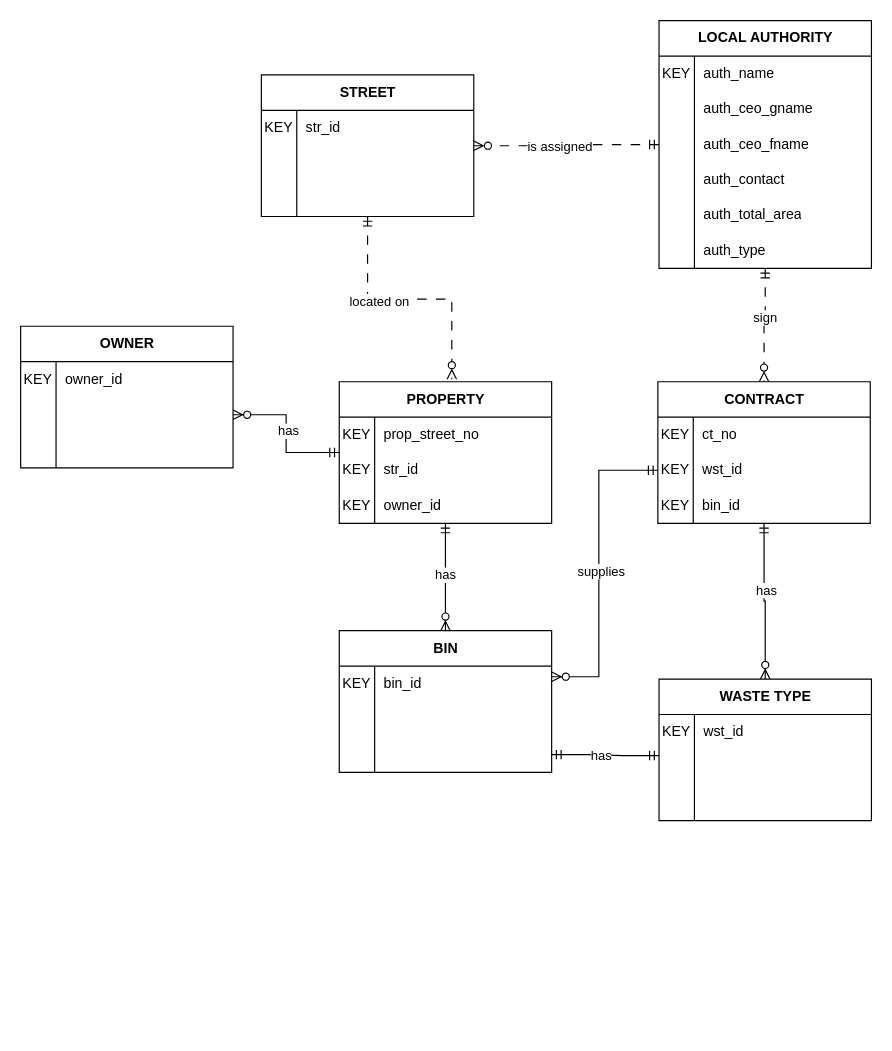
This is page "Non-key attributes" (3 of 3) of Assignments/Ass1/ca_conceptual.drawio from aanv0002/bigrig-movers-sql-database, a draw.io file, before an edit. Source tidied: cells renumbered, new cells numbered last; positions are measured from the earlier drawing's top-left corner, leaving out a move shared by most shapes. Both pictures are drawn from the tidied source at 118%, with x=0, y=0 at pixel (20, 20).
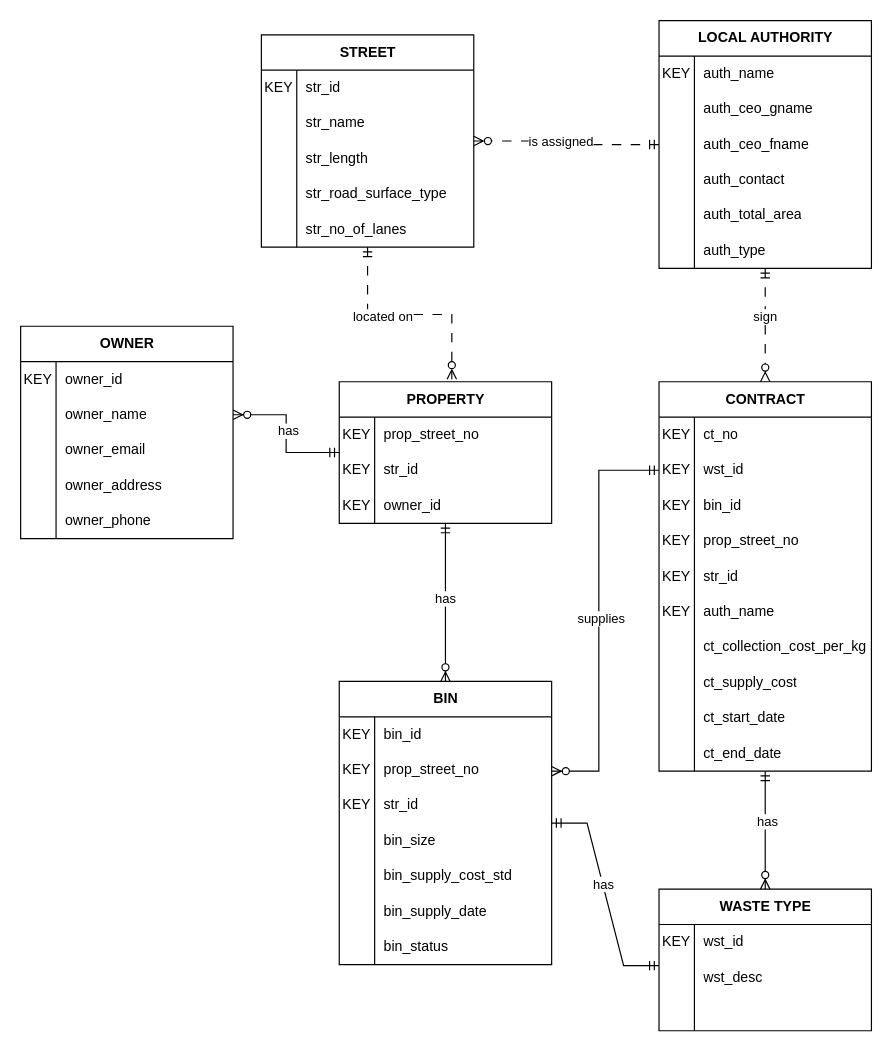
The same page after the edit.

Commit message (it also covers changes not shown here):
Commit: added key attributes property street no and street id to BIN entity and added all non-key attributes to complete the diagram

The change refers to these unchanged cells:
```xml
<mxCell id="35" style="shape=tableRow;horizontal=0;startSize=0;swimlaneHead=0;swimlaneBody=0;fillColor=none;points=[[0,0.5],[1,0.5]];portConstraint=eastwest;top=0;left=0;right=0;bottom=0;" parent="31" vertex="1">
  <mxGeometry y="60" width="180" height="30" as="geometry" />
</mxCell>
<mxCell id="38" style="shape=tableRow;horizontal=0;startSize=0;swimlaneHead=0;swimlaneBody=0;fillColor=none;top=0;left=0;right=0;bottom=0;" parent="31" vertex="1">
  <mxGeometry y="90" width="180" height="30" as="geometry" />
</mxCell>
<mxCell id="55" style="shape=tableRow;horizontal=0;startSize=0;swimlaneHead=0;swimlaneBody=0;fillColor=none;points=[[0,0.5],[1,0.5]];portConstraint=eastwest;top=0;left=0;right=0;bottom=0;" parent="51" vertex="1">
  <mxGeometry y="60" width="180" height="30" as="geometry" />
</mxCell>
<mxCell id="58" style="shape=tableRow;horizontal=0;startSize=0;swimlaneHead=0;swimlaneBody=0;fillColor=none;points=[[0,0.5],[1,0.5]];portConstraint=eastwest;top=0;left=0;right=0;bottom=0;" parent="51" vertex="1">
  <mxGeometry y="90" width="180" height="30" as="geometry" />
</mxCell>
<mxCell id="65" style="shape=tableRow;horizontal=0;startSize=0;swimlaneHead=0;swimlaneBody=0;fillColor=none;points=[[0,0.5],[1,0.5]];portConstraint=eastwest;top=0;left=0;right=0;bottom=0;" parent="61" vertex="1">
  <mxGeometry y="60" width="180" height="30" as="geometry" />
</mxCell>
<mxCell id="75" style="shape=tableRow;horizontal=0;startSize=0;swimlaneHead=0;swimlaneBody=0;fillColor=none;points=[[0,0.5],[1,0.5]];portConstraint=eastwest;top=0;left=0;right=0;bottom=0;" parent="71" vertex="1">
  <mxGeometry y="60" width="180" height="30" as="geometry" />
</mxCell>
```

Change to the diagram source:
```diff
@@
     <mxCell id="31" value="OWNER" style="shape=table;startSize=30;childLayout=tableLayout;rowLines=0;fontStyle=1;align=center;html=1;" parent="1" vertex="1">
-      <mxGeometry y="259" width="180" height="120" as="geometry" />
+      <mxGeometry y="259" width="180" height="180" as="geometry" />
     </mxCell>
@@
-    <mxCell id="37" style="shape=partialRectangle;fillColor=none;top=0;left=0;bottom=0;right=0;align=left;spacingLeft=6;overflow=hidden;whiteSpace=wrap;html=1;" parent="35" vertex="1">
+    <mxCell id="37" value="owner_name" style="shape=partialRectangle;fillColor=none;top=0;left=0;bottom=0;right=0;align=left;spacingLeft=6;overflow=hidden;whiteSpace=wrap;html=1;" parent="35" vertex="1">
       <mxGeometry x="30" width="150" height="30" as="geometry" />
     </mxCell>
@@
-    <mxCell id="40" style="shape=partialRectangle;fillColor=none;top=0;left=0;bottom=0;right=0;align=left;spacingLeft=6;overflow=hidden;whiteSpace=wrap;html=1;" parent="38" vertex="1">
+    <mxCell id="40" value="owner_email" style="shape=partialRectangle;fillColor=none;top=0;left=0;bottom=0;right=0;align=left;spacingLeft=6;overflow=hidden;whiteSpace=wrap;html=1;" parent="38" vertex="1">
       <mxGeometry x="30" width="150" height="30" as="geometry" />
     </mxCell>
+    <mxCell id="97" style="shape=tableRow;horizontal=0;startSize=0;swimlaneHead=0;swimlaneBody=0;fillColor=none;top=0;left=0;right=0;bottom=0;" parent="31" vertex="1">
+      <mxGeometry y="120" width="180" height="30" as="geometry" />
+    </mxCell>
+    <mxCell id="98" style="shape=partialRectangle;fillColor=none;top=0;left=0;bottom=0;right=0;overflow=hidden;whiteSpace=wrap;html=1;" parent="97" vertex="1">
+      <mxGeometry width="30" height="30" as="geometry" />
+    </mxCell>
+    <mxCell id="99" value="owner_address" style="shape=partialRectangle;fillColor=none;top=0;left=0;bottom=0;right=0;align=left;spacingLeft=6;overflow=hidden;whiteSpace=wrap;html=1;" parent="97" vertex="1">
+      <mxGeometry x="30" width="150" height="30" as="geometry" />
+    </mxCell>
+    <mxCell id="100" style="shape=tableRow;horizontal=0;startSize=0;swimlaneHead=0;swimlaneBody=0;fillColor=none;top=0;left=0;right=0;bottom=0;" parent="31" vertex="1">
+      <mxGeometry y="150" width="180" height="30" as="geometry" />
+    </mxCell>
+    <mxCell id="101" style="shape=partialRectangle;fillColor=none;top=0;left=0;bottom=0;right=0;overflow=hidden;whiteSpace=wrap;html=1;" parent="100" vertex="1">
+      <mxGeometry width="30" height="30" as="geometry" />
+    </mxCell>
+    <mxCell id="102" value="owner_phone" style="shape=partialRectangle;fillColor=none;top=0;left=0;bottom=0;right=0;align=left;spacingLeft=6;overflow=hidden;whiteSpace=wrap;html=1;" parent="100" vertex="1">
+      <mxGeometry x="30" width="150" height="30" as="geometry" />
+    </mxCell>
     <mxCell id="41" value="STREET" style="shape=table;startSize=30;childLayout=tableLayout;rowLines=0;fontStyle=1;align=center;html=1;" parent="1" vertex="1">
-      <mxGeometry x="204" y="46" width="180" height="120" as="geometry" />
+      <mxGeometry x="204" y="12" width="180" height="180" as="geometry" />
     </mxCell>
@@
-    <mxCell id="45" style="shape=tableRow;horizontal=0;startSize=0;swimlaneHead=0;swimlaneBody=0;fillColor=none;top=0;left=0;right=0;bottom=0;" parent="41" vertex="1">
-      <mxGeometry y="60" width="180" height="30" as="geometry" />
-    </mxCell>
-    <mxCell id="46" style="shape=partialRectangle;fillColor=none;top=0;left=0;bottom=0;right=0;overflow=hidden;whiteSpace=wrap;html=1;" parent="45" vertex="1">
-      <mxGeometry width="30" height="30" as="geometry" />
-    </mxCell>
-    <mxCell id="47" style="shape=partialRectangle;fillColor=none;top=0;left=0;bottom=0;right=0;align=left;spacingLeft=6;overflow=hidden;whiteSpace=wrap;html=1;" parent="45" vertex="1">
-      <mxGeometry x="30" width="150" height="30" as="geometry" />
-    </mxCell>
     <mxCell id="48" style="shape=tableRow;horizontal=0;startSize=0;swimlaneHead=0;swimlaneBody=0;fillColor=none;top=0;left=0;right=0;bottom=0;" parent="41" vertex="1">
-      <mxGeometry y="90" width="180" height="30" as="geometry" />
+      <mxGeometry y="60" width="180" height="30" as="geometry" />
     </mxCell>
@@
-    <mxCell id="50" style="shape=partialRectangle;fillColor=none;top=0;left=0;bottom=0;right=0;align=left;spacingLeft=6;overflow=hidden;whiteSpace=wrap;html=1;" parent="48" vertex="1">
+    <mxCell id="50" value="str_name" style="shape=partialRectangle;fillColor=none;top=0;left=0;bottom=0;right=0;align=left;spacingLeft=6;overflow=hidden;whiteSpace=wrap;html=1;" parent="48" vertex="1">
       <mxGeometry x="30" width="150" height="30" as="geometry" />
     </mxCell>
+    <mxCell id="103" style="shape=tableRow;horizontal=0;startSize=0;swimlaneHead=0;swimlaneBody=0;fillColor=none;top=0;left=0;right=0;bottom=0;" parent="41" vertex="1">
+      <mxGeometry y="90" width="180" height="30" as="geometry" />
+    </mxCell>
+    <mxCell id="104" style="shape=partialRectangle;fillColor=none;top=0;left=0;bottom=0;right=0;overflow=hidden;whiteSpace=wrap;html=1;" parent="103" vertex="1">
+      <mxGeometry width="30" height="30" as="geometry" />
+    </mxCell>
+    <mxCell id="105" value="str_length" style="shape=partialRectangle;fillColor=none;top=0;left=0;bottom=0;right=0;align=left;spacingLeft=6;overflow=hidden;whiteSpace=wrap;html=1;" parent="103" vertex="1">
+      <mxGeometry x="30" width="150" height="30" as="geometry" />
+    </mxCell>
+    <mxCell id="106" style="shape=tableRow;horizontal=0;startSize=0;swimlaneHead=0;swimlaneBody=0;fillColor=none;top=0;left=0;right=0;bottom=0;" parent="41" vertex="1">
+      <mxGeometry y="120" width="180" height="30" as="geometry" />
+    </mxCell>
+    <mxCell id="107" style="shape=partialRectangle;fillColor=none;top=0;left=0;bottom=0;right=0;overflow=hidden;whiteSpace=wrap;html=1;" parent="106" vertex="1">
+      <mxGeometry width="30" height="30" as="geometry" />
+    </mxCell>
+    <mxCell id="108" value="str_road_surface_type" style="shape=partialRectangle;fillColor=none;top=0;left=0;bottom=0;right=0;align=left;spacingLeft=6;overflow=hidden;whiteSpace=wrap;html=1;" parent="106" vertex="1">
+      <mxGeometry x="30" width="150" height="30" as="geometry" />
+    </mxCell>
+    <mxCell id="109" style="shape=tableRow;horizontal=0;startSize=0;swimlaneHead=0;swimlaneBody=0;fillColor=none;top=0;left=0;right=0;bottom=0;" parent="41" vertex="1">
+      <mxGeometry y="150" width="180" height="30" as="geometry" />
+    </mxCell>
+    <mxCell id="110" style="shape=partialRectangle;fillColor=none;top=0;left=0;bottom=0;right=0;overflow=hidden;whiteSpace=wrap;html=1;" parent="109" vertex="1">
+      <mxGeometry width="30" height="30" as="geometry" />
+    </mxCell>
+    <mxCell id="111" value="str_no_of_lanes" style="shape=partialRectangle;fillColor=none;top=0;left=0;bottom=0;right=0;align=left;spacingLeft=6;overflow=hidden;whiteSpace=wrap;html=1;" parent="109" vertex="1">
+      <mxGeometry x="30" width="150" height="30" as="geometry" />
+    </mxCell>
     <mxCell id="51" value="BIN" style="shape=table;startSize=30;childLayout=tableLayout;rowLines=0;fontStyle=1;align=center;html=1;" parent="1" vertex="1">
-      <mxGeometry x="270" y="517" width="180" height="120" as="geometry" />
+      <mxGeometry x="270" y="560" width="180" height="240" as="geometry" />
     </mxCell>
@@
-    <mxCell id="56" style="shape=partialRectangle;fillColor=none;top=0;left=0;bottom=0;right=0;overflow=hidden;whiteSpace=wrap;html=1;" parent="55" vertex="1">
+    <mxCell id="56" value="KEY" style="shape=partialRectangle;fillColor=none;top=0;left=0;bottom=0;right=0;overflow=hidden;whiteSpace=wrap;html=1;" parent="55" vertex="1">
       <mxGeometry width="30" height="30" as="geometry" />
     </mxCell>
-    <mxCell id="57" style="shape=partialRectangle;fillColor=none;top=0;left=0;bottom=0;right=0;align=left;spacingLeft=6;overflow=hidden;whiteSpace=wrap;html=1;" parent="55" vertex="1">
+    <mxCell id="57" value="prop_street_no" style="shape=partialRectangle;fillColor=none;top=0;left=0;bottom=0;right=0;align=left;spacingLeft=6;overflow=hidden;whiteSpace=wrap;html=1;" parent="55" vertex="1">
       <mxGeometry x="30" width="150" height="30" as="geometry" />
     </mxCell>
@@
-    <mxCell id="59" style="shape=partialRectangle;fillColor=none;top=0;left=0;bottom=0;right=0;overflow=hidden;whiteSpace=wrap;html=1;" parent="58" vertex="1">
+    <mxCell id="59" value="KEY" style="shape=partialRectangle;fillColor=none;top=0;left=0;bottom=0;right=0;overflow=hidden;whiteSpace=wrap;html=1;" parent="58" vertex="1">
       <mxGeometry width="30" height="30" as="geometry" />
     </mxCell>
-    <mxCell id="60" style="shape=partialRectangle;fillColor=none;top=0;left=0;bottom=0;right=0;align=left;spacingLeft=6;overflow=hidden;whiteSpace=wrap;html=1;" parent="58" vertex="1">
+    <mxCell id="60" value="str_id" style="shape=partialRectangle;fillColor=none;top=0;left=0;bottom=0;right=0;align=left;spacingLeft=6;overflow=hidden;whiteSpace=wrap;html=1;" parent="58" vertex="1">
       <mxGeometry x="30" width="150" height="30" as="geometry" />
     </mxCell>
+    <mxCell id="112" style="shape=tableRow;horizontal=0;startSize=0;swimlaneHead=0;swimlaneBody=0;fillColor=none;top=0;left=0;right=0;bottom=0;" parent="51" vertex="1">
+      <mxGeometry y="120" width="180" height="30" as="geometry" />
+    </mxCell>
+    <mxCell id="113" style="shape=partialRectangle;fillColor=none;top=0;left=0;bottom=0;right=0;overflow=hidden;whiteSpace=wrap;html=1;" parent="112" vertex="1">
+      <mxGeometry width="30" height="30" as="geometry" />
+    </mxCell>
+    <mxCell id="114" value="bin_size" style="shape=partialRectangle;fillColor=none;top=0;left=0;bottom=0;right=0;align=left;spacingLeft=6;overflow=hidden;whiteSpace=wrap;html=1;" parent="112" vertex="1">
+      <mxGeometry x="30" width="150" height="30" as="geometry" />
+    </mxCell>
+    <mxCell id="115" style="shape=tableRow;horizontal=0;startSize=0;swimlaneHead=0;swimlaneBody=0;fillColor=none;top=0;left=0;right=0;bottom=0;" parent="51" vertex="1">
+      <mxGeometry y="150" width="180" height="30" as="geometry" />
+    </mxCell>
+    <mxCell id="116" style="shape=partialRectangle;fillColor=none;top=0;left=0;bottom=0;right=0;overflow=hidden;whiteSpace=wrap;html=1;" parent="115" vertex="1">
+      <mxGeometry width="30" height="30" as="geometry" />
+    </mxCell>
+    <mxCell id="117" value="bin_supply_cost_std" style="shape=partialRectangle;fillColor=none;top=0;left=0;bottom=0;right=0;align=left;spacingLeft=6;overflow=hidden;whiteSpace=wrap;html=1;" parent="115" vertex="1">
+      <mxGeometry x="30" width="150" height="30" as="geometry" />
+    </mxCell>
+    <mxCell id="118" style="shape=tableRow;horizontal=0;startSize=0;swimlaneHead=0;swimlaneBody=0;fillColor=none;top=0;left=0;right=0;bottom=0;" parent="51" vertex="1">
+      <mxGeometry y="180" width="180" height="30" as="geometry" />
+    </mxCell>
+    <mxCell id="119" style="shape=partialRectangle;fillColor=none;top=0;left=0;bottom=0;right=0;overflow=hidden;whiteSpace=wrap;html=1;" parent="118" vertex="1">
+      <mxGeometry width="30" height="30" as="geometry" />
+    </mxCell>
+    <mxCell id="120" value="bin_supply_date" style="shape=partialRectangle;fillColor=none;top=0;left=0;bottom=0;right=0;align=left;spacingLeft=6;overflow=hidden;whiteSpace=wrap;html=1;" parent="118" vertex="1">
+      <mxGeometry x="30" width="150" height="30" as="geometry" />
+    </mxCell>
+    <mxCell id="121" style="shape=tableRow;horizontal=0;startSize=0;swimlaneHead=0;swimlaneBody=0;fillColor=none;top=0;left=0;right=0;bottom=0;" parent="51" vertex="1">
+      <mxGeometry y="210" width="180" height="30" as="geometry" />
+    </mxCell>
+    <mxCell id="122" style="shape=partialRectangle;fillColor=none;top=0;left=0;bottom=0;right=0;overflow=hidden;whiteSpace=wrap;html=1;" parent="121" vertex="1">
+      <mxGeometry width="30" height="30" as="geometry" />
+    </mxCell>
+    <mxCell id="123" value="bin_status" style="shape=partialRectangle;fillColor=none;top=0;left=0;bottom=0;right=0;align=left;spacingLeft=6;overflow=hidden;whiteSpace=wrap;html=1;" parent="121" vertex="1">
+      <mxGeometry x="30" width="150" height="30" as="geometry" />
+    </mxCell>
     <mxCell id="61" value="WASTE TYPE" style="shape=table;startSize=30;childLayout=tableLayout;rowLines=0;fontStyle=1;align=center;html=1;" parent="1" vertex="1">
-      <mxGeometry x="541" y="558" width="180" height="120" as="geometry" />
+      <mxGeometry x="541" y="736" width="180" height="120" as="geometry" />
     </mxCell>
@@
-    <mxCell id="67" style="shape=partialRectangle;fillColor=none;top=0;left=0;bottom=0;right=0;align=left;spacingLeft=6;overflow=hidden;whiteSpace=wrap;html=1;" parent="65" vertex="1">
+    <mxCell id="67" value="wst_desc" style="shape=partialRectangle;fillColor=none;top=0;left=0;bottom=0;right=0;align=left;spacingLeft=6;overflow=hidden;whiteSpace=wrap;html=1;" parent="65" vertex="1">
       <mxGeometry x="30" width="150" height="30" as="geometry" />
     </mxCell>
@@
     <mxCell id="71" value="CONTRACT" style="shape=table;startSize=30;childLayout=tableLayout;rowLines=0;fontStyle=1;align=center;html=1;" parent="1" vertex="1">
-      <mxGeometry x="540" y="306" width="180" height="120" as="geometry" />
+      <mxGeometry x="541" y="306" width="180" height="330" as="geometry" />
     </mxCell>
@@
+    <mxCell id="124" style="shape=tableRow;horizontal=0;startSize=0;swimlaneHead=0;swimlaneBody=0;fillColor=none;top=0;left=0;right=0;bottom=0;" parent="71" vertex="1">
+      <mxGeometry y="120" width="180" height="30" as="geometry" />
+    </mxCell>
+    <mxCell id="125" value="KEY" style="shape=partialRectangle;fillColor=none;top=0;left=0;bottom=0;right=0;overflow=hidden;whiteSpace=wrap;html=1;" parent="124" vertex="1">
+      <mxGeometry width="30" height="30" as="geometry" />
+    </mxCell>
+    <mxCell id="126" value="prop_street_no" style="shape=partialRectangle;fillColor=none;top=0;left=0;bottom=0;right=0;align=left;spacingLeft=6;overflow=hidden;whiteSpace=wrap;html=1;" parent="124" vertex="1">
+      <mxGeometry x="30" width="150" height="30" as="geometry" />
+    </mxCell>
+    <mxCell id="127" style="shape=tableRow;horizontal=0;startSize=0;swimlaneHead=0;swimlaneBody=0;fillColor=none;top=0;left=0;right=0;bottom=0;" parent="71" vertex="1">
+      <mxGeometry y="150" width="180" height="30" as="geometry" />
+    </mxCell>
+    <mxCell id="128" value="KEY" style="shape=partialRectangle;fillColor=none;top=0;left=0;bottom=0;right=0;overflow=hidden;whiteSpace=wrap;html=1;" parent="127" vertex="1">
+      <mxGeometry width="30" height="30" as="geometry" />
+    </mxCell>
+    <mxCell id="129" value="str_id" style="shape=partialRectangle;fillColor=none;top=0;left=0;bottom=0;right=0;align=left;spacingLeft=6;overflow=hidden;whiteSpace=wrap;html=1;" parent="127" vertex="1">
+      <mxGeometry x="30" width="150" height="30" as="geometry" />
+    </mxCell>
+    <mxCell id="130" style="shape=tableRow;horizontal=0;startSize=0;swimlaneHead=0;swimlaneBody=0;fillColor=none;top=0;left=0;right=0;bottom=0;" parent="71" vertex="1">
+      <mxGeometry y="180" width="180" height="30" as="geometry" />
+    </mxCell>
+    <mxCell id="131" value="KEY" style="shape=partialRectangle;fillColor=none;top=0;left=0;bottom=0;right=0;overflow=hidden;whiteSpace=wrap;html=1;" parent="130" vertex="1">
+      <mxGeometry width="30" height="30" as="geometry" />
+    </mxCell>
+    <mxCell id="132" value="auth_name" style="shape=partialRectangle;fillColor=none;top=0;left=0;bottom=0;right=0;align=left;spacingLeft=6;overflow=hidden;whiteSpace=wrap;html=1;" parent="130" vertex="1">
+      <mxGeometry x="30" width="150" height="30" as="geometry" />
+    </mxCell>
+    <mxCell id="133" style="shape=tableRow;horizontal=0;startSize=0;swimlaneHead=0;swimlaneBody=0;fillColor=none;top=0;left=0;right=0;bottom=0;" parent="71" vertex="1">
+      <mxGeometry y="210" width="180" height="30" as="geometry" />
+    </mxCell>
+    <mxCell id="134" style="shape=partialRectangle;fillColor=none;top=0;left=0;bottom=0;right=0;overflow=hidden;whiteSpace=wrap;html=1;" parent="133" vertex="1">
+      <mxGeometry width="30" height="30" as="geometry" />
+    </mxCell>
+    <mxCell id="135" value="ct_collection_cost_per_kg" style="shape=partialRectangle;fillColor=none;top=0;left=0;bottom=0;right=0;align=left;spacingLeft=6;overflow=hidden;whiteSpace=wrap;html=1;" parent="133" vertex="1">
+      <mxGeometry x="30" width="150" height="30" as="geometry" />
+    </mxCell>
+    <mxCell id="136" style="shape=tableRow;horizontal=0;startSize=0;swimlaneHead=0;swimlaneBody=0;fillColor=none;top=0;left=0;right=0;bottom=0;" parent="71" vertex="1">
+      <mxGeometry y="240" width="180" height="30" as="geometry" />
+    </mxCell>
+    <mxCell id="137" style="shape=partialRectangle;fillColor=none;top=0;left=0;bottom=0;right=0;overflow=hidden;whiteSpace=wrap;html=1;" parent="136" vertex="1">
+      <mxGeometry width="30" height="30" as="geometry" />
+    </mxCell>
+    <mxCell id="138" value="ct_supply_cost" style="shape=partialRectangle;fillColor=none;top=0;left=0;bottom=0;right=0;align=left;spacingLeft=6;overflow=hidden;whiteSpace=wrap;html=1;" parent="136" vertex="1">
+      <mxGeometry x="30" width="150" height="30" as="geometry" />
+    </mxCell>
+    <mxCell id="139" style="shape=tableRow;horizontal=0;startSize=0;swimlaneHead=0;swimlaneBody=0;fillColor=none;top=0;left=0;right=0;bottom=0;" parent="71" vertex="1">
+      <mxGeometry y="270" width="180" height="30" as="geometry" />
+    </mxCell>
+    <mxCell id="140" style="shape=partialRectangle;fillColor=none;top=0;left=0;bottom=0;right=0;overflow=hidden;whiteSpace=wrap;html=1;" parent="139" vertex="1">
+      <mxGeometry width="30" height="30" as="geometry" />
+    </mxCell>
+    <mxCell id="141" value="ct_start_date" style="shape=partialRectangle;fillColor=none;top=0;left=0;bottom=0;right=0;align=left;spacingLeft=6;overflow=hidden;whiteSpace=wrap;html=1;" parent="139" vertex="1">
+      <mxGeometry x="30" width="150" height="30" as="geometry" />
+    </mxCell>
+    <mxCell id="142" style="shape=tableRow;horizontal=0;startSize=0;swimlaneHead=0;swimlaneBody=0;fillColor=none;top=0;left=0;right=0;bottom=0;" parent="71" vertex="1">
+      <mxGeometry y="300" width="180" height="30" as="geometry" />
+    </mxCell>
+    <mxCell id="143" style="shape=partialRectangle;fillColor=none;top=0;left=0;bottom=0;right=0;overflow=hidden;whiteSpace=wrap;html=1;" parent="142" vertex="1">
+      <mxGeometry width="30" height="30" as="geometry" />
+    </mxCell>
+    <mxCell id="144" value="ct_end_date" style="shape=partialRectangle;fillColor=none;top=0;left=0;bottom=0;right=0;align=left;spacingLeft=6;overflow=hidden;whiteSpace=wrap;html=1;" parent="142" vertex="1">
+      <mxGeometry x="30" width="150" height="30" as="geometry" />
+    </mxCell>
@@
-    <mxCell id="83" style="edgeStyle=entityRelationEdgeStyle;fontSize=12;html=1;endArrow=ERmandOne;startArrow=ERmandOne;rounded=0;exitX=0;exitY=0.161;exitDx=0;exitDy=0;exitPerimeter=0;entryX=1;entryY=0.5;entryDx=0;entryDy=0;" parent="1" edge="1" source="65" target="58">
+    <mxCell id="83" style="edgeStyle=entityRelationEdgeStyle;fontSize=12;html=1;endArrow=ERmandOne;startArrow=ERmandOne;rounded=0;exitX=0;exitY=0.161;exitDx=0;exitDy=0;exitPerimeter=0;" parent="1" edge="1" source="65" target="51">
       <mxGeometry relative="1" as="geometry" />
     </mxCell>
@@
-    <mxCell id="95" style="edgeStyle=orthogonalEdgeStyle;fontSize=12;html=1;endArrow=ERzeroToMany;startArrow=ERmandOne;rounded=0;exitX=0;exitY=0.5;exitDx=0;exitDy=0;" parent="1" edge="1" source="75" target="51">
+    <mxCell id="95" style="edgeStyle=orthogonalEdgeStyle;fontSize=12;html=1;endArrow=ERzeroToMany;startArrow=ERmandOne;rounded=0;exitX=0;exitY=0.5;exitDx=0;exitDy=0;" parent="1" edge="1" source="75" target="55">
       <mxGeometry relative="1" as="geometry">
         <Array as="points">
           <mxPoint x="490" y="381" />
-          <mxPoint x="490" y="556" />
+          <mxPoint x="490" y="636" />
         </Array>
       </mxGeometry>
     </mxCell>
```
